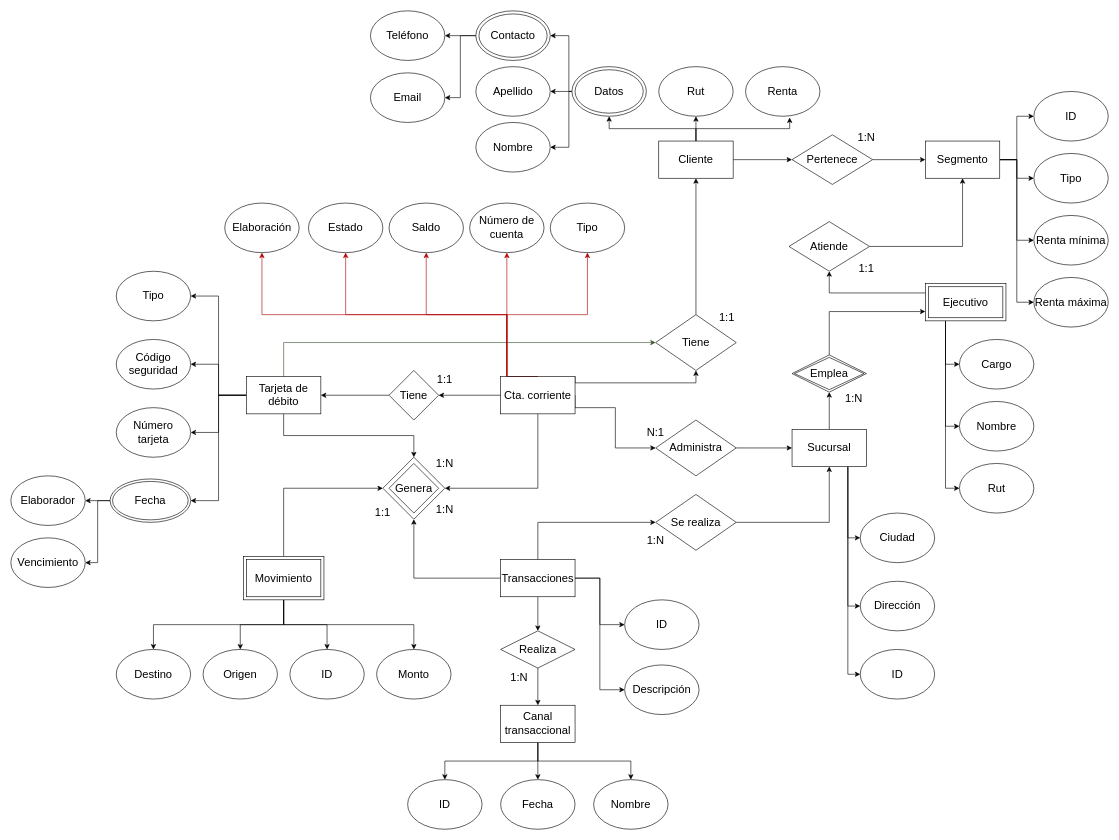
VicenteMuhr/Database keeps this draw.io diagram as Modelo entidad relación.drawio. Above is the earlier version. Source tidied: cells renumbered, new cells numbered last; positions are measured from the earlier drawing's top-left corner, leaving out a move shared by most shapes. Both pictures are drawn from the tidied source at 62%, with x=0, y=0 at pixel (11, 11).
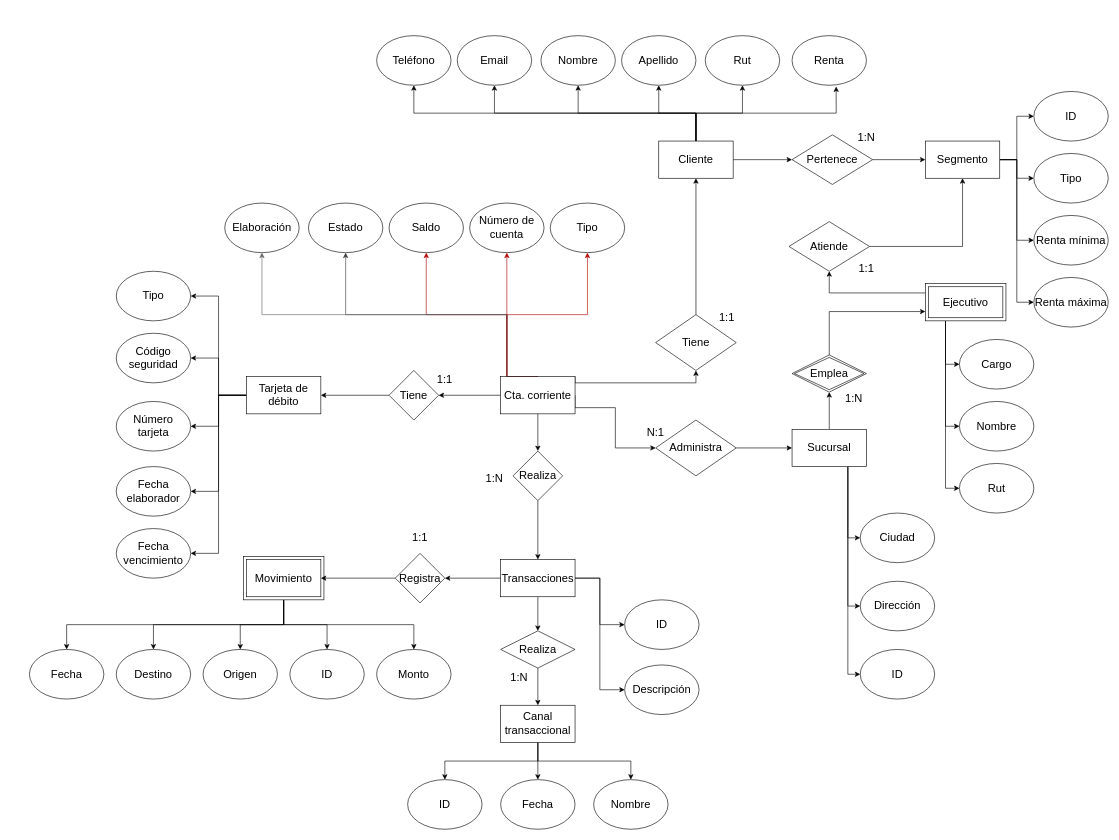
Above is the later version.

Unchanged cells that the change refers to:
```xml
<mxCell id="8" value="&lt;font style=&quot;font-size: 18px;&quot;&gt;Tarjeta de débito&lt;/font&gt;" style="rounded=0;whiteSpace=wrap;html=1;" parent="1" vertex="1">
  <mxGeometry x="380" y="590" width="120" height="60" as="geometry" />
</mxCell>
<mxCell id="22" style="rounded=0;whiteSpace=wrap;html=1;" parent="1" vertex="1">
  <mxGeometry x="375" y="880" width="130" height="70" as="geometry" />
</mxCell>
<mxCell id="23" value="&lt;font style=&quot;font-size: 18px;&quot;&gt;Movimiento&lt;/font&gt;" style="rounded=0;whiteSpace=wrap;html=1;" parent="1" vertex="1">
  <mxGeometry x="380" y="885" width="120" height="60" as="geometry" />
</mxCell>
<mxCell id="37" value="&lt;font style=&quot;font-size: 18px;&quot;&gt;Cta. corriente&lt;/font&gt;" style="rounded=0;whiteSpace=wrap;html=1;" parent="1" vertex="1">
  <mxGeometry x="790" y="590" width="120" height="60" as="geometry" />
</mxCell>
<mxCell id="45" value="&lt;font style=&quot;font-size: 18px;&quot;&gt;Transacciones&lt;/font&gt;" style="rounded=0;whiteSpace=wrap;html=1;" parent="1" vertex="1">
  <mxGeometry x="790" y="885" width="120" height="60" as="geometry" />
</mxCell>
<mxCell id="59" value="&lt;font style=&quot;font-size: 18px;&quot;&gt;Tipo&lt;/font&gt;" style="ellipse;whiteSpace=wrap;html=1;" parent="1" vertex="1">
  <mxGeometry x="870" y="310" width="120" height="80" as="geometry" />
</mxCell>
<mxCell id="60" value="&lt;font style=&quot;font-size: 18px;&quot;&gt;Número de cuenta&lt;/font&gt;" style="ellipse;whiteSpace=wrap;html=1;" parent="1" vertex="1">
  <mxGeometry x="740" y="310" width="120" height="80" as="geometry" />
</mxCell>
<mxCell id="61" value="&lt;font style=&quot;font-size: 18px;&quot;&gt;Saldo&lt;/font&gt;" style="ellipse;whiteSpace=wrap;html=1;" parent="1" vertex="1">
  <mxGeometry x="610" y="310" width="120" height="80" as="geometry" />
</mxCell>
<mxCell id="62" value="&lt;font style=&quot;font-size: 18px;&quot;&gt;Estado&lt;/font&gt;" style="ellipse;whiteSpace=wrap;html=1;" parent="1" vertex="1">
  <mxGeometry x="480" y="310" width="120" height="80" as="geometry" />
</mxCell>
<mxCell id="63" value="&lt;font style=&quot;font-size: 18px;&quot;&gt;Elaboración&lt;/font&gt;" style="ellipse;whiteSpace=wrap;html=1;" parent="1" vertex="1">
  <mxGeometry x="345" y="310" width="120" height="80" as="geometry" />
</mxCell>
<mxCell id="70" value="&lt;font style=&quot;font-size: 18px;&quot;&gt;Sucursal&lt;/font&gt;" style="rounded=0;whiteSpace=wrap;html=1;" parent="1" vertex="1">
  <mxGeometry x="1260" y="675" width="120" height="60" as="geometry" />
</mxCell>
<mxCell id="77" value="&lt;font style=&quot;font-size: 18px;&quot;&gt;Tiene&lt;/font&gt;" style="shape=rhombus;perimeter=rhombusPerimeter;whiteSpace=wrap;html=1;align=center;" parent="1" vertex="1">
  <mxGeometry x="1040" y="490" width="130" height="90" as="geometry" />
</mxCell>
<mxCell id="81" value="&lt;font style=&quot;font-size: 18px;&quot;&gt;Cliente&lt;/font&gt;" style="rounded=0;whiteSpace=wrap;html=1;" parent="1" vertex="1">
  <mxGeometry x="1045" y="210" width="120" height="60" as="geometry" />
</mxCell>
```

Change to the diagram source:
```diff
@@
-    <mxCell id="4" style="edgeStyle=orthogonalEdgeStyle;rounded=0;jettySize=auto;html=1;exitX=0;exitY=0.5;exitDx=0;exitDy=0;entryX=1;entryY=0.5;entryDx=0;entryDy=0;" parent="1" edge="1" source="8" target="13">
-      <mxGeometry relative="1" as="geometry" />
-    </mxCell>
@@
-    <mxCell id="6" style="edgeStyle=orthogonalEdgeStyle;rounded=0;jettySize=auto;html=1;exitX=0.5;exitY=1;exitDx=0;exitDy=0;entryX=0.5;entryY=0;entryDx=0;entryDy=0;" parent="1" edge="1" source="8" target="48">
-      <mxGeometry relative="1" as="geometry" />
-    </mxCell>
-    <mxCell id="7" style="edgeStyle=orthogonalEdgeStyle;rounded=0;jettySize=auto;html=1;exitX=0.5;exitY=0;exitDx=0;exitDy=0;entryX=0;entryY=0.5;entryDx=0;entryDy=0;fillColor=#6d8764;strokeColor=#3A5431;" parent="1" edge="1" source="8" target="77">
-      <mxGeometry relative="1" as="geometry" />
-    </mxCell>
+    <mxCell id="132" style="edgeStyle=orthogonalEdgeStyle;rounded=0;jettySize=auto;html=1;exitX=0;exitY=0.5;exitDx=0;exitDy=0;entryX=1;entryY=0.5;entryDx=0;entryDy=0;" parent="1" edge="1" source="8" target="14">
+      <mxGeometry relative="1" as="geometry" />
+    </mxCell>
+    <mxCell id="133" style="edgeStyle=orthogonalEdgeStyle;rounded=0;jettySize=auto;html=1;exitX=0;exitY=0.5;exitDx=0;exitDy=0;entryX=1;entryY=0.5;entryDx=0;entryDy=0;" parent="1" edge="1" source="8" target="15">
+      <mxGeometry relative="1" as="geometry" />
+    </mxCell>
@@
     <mxCell id="9" value="&lt;font style=&quot;font-size: 18px;&quot;&gt;Código seguridad&lt;/font&gt;" style="ellipse;whiteSpace=wrap;html=1;" parent="1" vertex="1">
-      <mxGeometry x="170" y="530" width="120" height="80" as="geometry" />
+      <mxGeometry x="170" y="520" width="120" height="80" as="geometry" />
     </mxCell>
     <mxCell id="10" value="&lt;font style=&quot;font-size: 18px;&quot;&gt;Número tarjeta&lt;/font&gt;" style="ellipse;whiteSpace=wrap;html=1;" parent="1" vertex="1">
-      <mxGeometry x="170" y="640" width="120" height="80" as="geometry" />
+      <mxGeometry x="170" y="630" width="120" height="80" as="geometry" />
     </mxCell>
-    <mxCell id="11" style="edgeStyle=orthogonalEdgeStyle;rounded=0;jettySize=auto;html=1;exitX=0;exitY=0.5;exitDx=0;exitDy=0;entryX=1;entryY=0.5;entryDx=0;entryDy=0;" parent="1" edge="1" source="13" target="14">
-      <mxGeometry relative="1" as="geometry" />
-    </mxCell>
-    <mxCell id="12" style="edgeStyle=orthogonalEdgeStyle;rounded=0;jettySize=auto;html=1;exitX=0;exitY=0.5;exitDx=0;exitDy=0;entryX=1;entryY=0.5;entryDx=0;entryDy=0;" parent="1" edge="1" source="13" target="15">
-      <mxGeometry relative="1" as="geometry" />
-    </mxCell>
-    <mxCell id="13" value="&lt;font style=&quot;font-size: 18px;&quot;&gt;Fecha&lt;/font&gt;" style="ellipse;shape=doubleEllipse;whiteSpace=wrap;html=1;" parent="1" vertex="1">
-      <mxGeometry x="160" y="755" width="130" height="70" as="geometry" />
-    </mxCell>
-    <mxCell id="14" value="&lt;font style=&quot;font-size: 18px;&quot;&gt;Elaborador&lt;/font&gt;" style="ellipse;whiteSpace=wrap;html=1;" parent="1" vertex="1">
-      <mxGeometry y="750" width="120" height="80" as="geometry" />
+    <mxCell id="14" value="&lt;font style=&quot;font-size: 18px;&quot;&gt;Fecha elaborador&lt;/font&gt;" style="ellipse;whiteSpace=wrap;html=1;" parent="1" vertex="1">
+      <mxGeometry x="170" y="735" width="120" height="80" as="geometry" />
     </mxCell>
-    <mxCell id="15" value="&lt;font style=&quot;font-size: 18px;&quot;&gt;Vencimiento&lt;/font&gt;" style="ellipse;whiteSpace=wrap;html=1;" parent="1" vertex="1">
-      <mxGeometry y="850" width="120" height="80" as="geometry" />
+    <mxCell id="15" value="&lt;font style=&quot;font-size: 18px;&quot;&gt;Fecha vencimiento&lt;/font&gt;" style="ellipse;whiteSpace=wrap;html=1;" parent="1" vertex="1">
+      <mxGeometry x="170" y="835" width="120" height="80" as="geometry" />
     </mxCell>
@@
-    <mxCell id="21" style="edgeStyle=orthogonalEdgeStyle;rounded=0;jettySize=auto;html=1;exitX=0.5;exitY=0;exitDx=0;exitDy=0;entryX=0;entryY=0.5;entryDx=0;entryDy=0;" parent="1" edge="1" source="22" target="48">
-      <mxGeometry relative="1" as="geometry" />
-    </mxCell>
+    <mxCell id="134" style="edgeStyle=orthogonalEdgeStyle;rounded=0;jettySize=auto;html=1;exitX=0.5;exitY=1;exitDx=0;exitDy=0;entryX=0.5;entryY=0;entryDx=0;entryDy=0;" parent="1" edge="1" source="22" target="13">
+      <mxGeometry relative="1" as="geometry" />
+    </mxCell>
@@
-    <mxCell id="29" style="edgeStyle=orthogonalEdgeStyle;rounded=0;jettySize=auto;html=1;exitX=0.5;exitY=1;exitDx=0;exitDy=0;entryX=1;entryY=0.5;entryDx=0;entryDy=0;" parent="1" edge="1" source="37" target="48">
-      <mxGeometry relative="1" as="geometry" />
-    </mxCell>
-    <mxCell id="30" style="edgeStyle=orthogonalEdgeStyle;rounded=0;jettySize=auto;html=1;exitX=0.5;exitY=0;exitDx=0;exitDy=0;entryX=0.5;entryY=1;entryDx=0;entryDy=0;fillColor=#e51400;strokeColor=#B20000;" parent="1" edge="1" source="37" target="60">
+    <mxCell id="30" style="edgeStyle=orthogonalEdgeStyle;rounded=0;jettySize=auto;html=1;exitX=0.5;exitY=0;exitDx=0;exitDy=0;entryX=0.5;entryY=1;entryDx=0;entryDy=0;fillColor=#e51400;strokeColor=light-dark(#B20000,#FFFFFF);" parent="1" edge="1" source="37" target="60">
       <mxGeometry relative="1" as="geometry">
         <Array as="points">
           <mxPoint x="800" y="590" />
         </Array>
       </mxGeometry>
     </mxCell>
-    <mxCell id="31" style="edgeStyle=orthogonalEdgeStyle;rounded=0;jettySize=auto;html=1;exitX=0.5;exitY=0;exitDx=0;exitDy=0;entryX=0.5;entryY=1;entryDx=0;entryDy=0;fillColor=#e51400;strokeColor=#B20000;" parent="1" edge="1" source="37" target="61">
+    <mxCell id="31" style="edgeStyle=orthogonalEdgeStyle;rounded=0;jettySize=auto;html=1;exitX=0.5;exitY=0;exitDx=0;exitDy=0;entryX=0.5;entryY=1;entryDx=0;entryDy=0;fillColor=#e51400;strokeColor=light-dark(#B20000,#FFFFFF);" parent="1" edge="1" source="37" target="61">
       <mxGeometry relative="1" as="geometry">
         <Array as="points">
           <mxPoint x="800" y="590" />
           <mxPoint x="800" y="490" />
           <mxPoint x="670" y="490" />
         </Array>
       </mxGeometry>
     </mxCell>
-    <mxCell id="32" style="edgeStyle=orthogonalEdgeStyle;rounded=0;jettySize=auto;html=1;exitX=0.5;exitY=0;exitDx=0;exitDy=0;entryX=0.5;entryY=1;entryDx=0;entryDy=0;fillColor=#e51400;strokeColor=#B20000;" parent="1" edge="1" source="37" target="62">
+    <mxCell id="32" style="edgeStyle=orthogonalEdgeStyle;rounded=0;jettySize=auto;html=1;exitX=0.5;exitY=0;exitDx=0;exitDy=0;entryX=0.5;entryY=1;entryDx=0;entryDy=0;fillColor=#eeeeee;strokeColor=light-dark(#36393D,#FFFFFF);" parent="1" edge="1" source="37" target="62">
       <mxGeometry relative="1" as="geometry">
         <Array as="points">
           <mxPoint x="800" y="590" />
           <mxPoint x="800" y="490" />
           <mxPoint x="540" y="490" />
         </Array>
       </mxGeometry>
     </mxCell>
-    <mxCell id="33" style="edgeStyle=orthogonalEdgeStyle;rounded=0;jettySize=auto;html=1;exitX=0.5;exitY=0;exitDx=0;exitDy=0;entryX=0.5;entryY=1;entryDx=0;entryDy=0;fillColor=#e51400;strokeColor=#B20000;" parent="1" edge="1" source="37" target="63">
+    <mxCell id="33" style="edgeStyle=orthogonalEdgeStyle;rounded=0;jettySize=auto;html=1;exitX=0.5;exitY=0;exitDx=0;exitDy=0;entryX=0.5;entryY=1;entryDx=0;entryDy=0;fillColor=#f5f5f5;strokeColor=light-dark(#666666,#FFFFFF);" parent="1" edge="1" source="37" target="63">
       <mxGeometry relative="1" as="geometry">
         <Array as="points">
           <mxPoint x="800" y="590" />
           <mxPoint x="800" y="490" />
           <mxPoint x="405" y="490" />
         </Array>
       </mxGeometry>
     </mxCell>
-    <mxCell id="34" style="edgeStyle=orthogonalEdgeStyle;rounded=0;jettySize=auto;html=1;exitX=0.5;exitY=0;exitDx=0;exitDy=0;entryX=0.5;entryY=1;entryDx=0;entryDy=0;fillColor=#e51400;strokeColor=#B20000;" parent="1" edge="1" source="37" target="59">
+    <mxCell id="34" style="edgeStyle=orthogonalEdgeStyle;rounded=0;jettySize=auto;html=1;exitX=0.5;exitY=0;exitDx=0;exitDy=0;entryX=0.5;entryY=1;entryDx=0;entryDy=0;fillColor=#e51400;strokeColor=light-dark(#B20000,#FFFFFF);" parent="1" edge="1" source="37" target="59">
       <mxGeometry relative="1" as="geometry">
         <Array as="points">
           <mxPoint x="800" y="590" />
           <mxPoint x="800" y="490" />
           <mxPoint x="930" y="490" />
         </Array>
       </mxGeometry>
     </mxCell>
@@
-    <mxCell id="42" style="edgeStyle=orthogonalEdgeStyle;rounded=0;jettySize=auto;html=1;exitX=0;exitY=0.5;exitDx=0;exitDy=0;entryX=0.5;entryY=1;entryDx=0;entryDy=0;" parent="1" edge="1" source="45" target="48">
-      <mxGeometry relative="1" as="geometry" />
-    </mxCell>
@@
-    <mxCell id="44" style="edgeStyle=orthogonalEdgeStyle;rounded=0;jettySize=auto;html=1;exitX=0.5;exitY=0;exitDx=0;exitDy=0;entryX=0;entryY=0.5;entryDx=0;entryDy=0;" parent="1" edge="1" source="45" target="72">
-      <mxGeometry relative="1" as="geometry" />
-    </mxCell>
+    <mxCell id="135" style="edgeStyle=orthogonalEdgeStyle;rounded=0;jettySize=auto;html=1;exitX=0;exitY=0.5;exitDx=0;exitDy=0;entryX=1;entryY=0.5;entryDx=0;entryDy=0;" parent="1" edge="1" source="45" target="141">
+      <mxGeometry relative="1" as="geometry" />
+    </mxCell>
@@
-    <mxCell id="48" style="rhombus;whiteSpace=wrap;html=1;" parent="1" vertex="1">
-      <mxGeometry x="600" y="720" width="100" height="100" as="geometry" />
-    </mxCell>
-    <mxCell id="49" value="&lt;font style=&quot;font-size: 18px;&quot;&gt;Genera&lt;/font&gt;" style="rhombus;whiteSpace=wrap;html=1;" parent="1" vertex="1">
-      <mxGeometry x="610" y="730" width="80" height="80" as="geometry" />
-    </mxCell>
@@
-    <mxCell id="71" style="edgeStyle=orthogonalEdgeStyle;rounded=0;jettySize=auto;html=1;exitX=1;exitY=0.5;exitDx=0;exitDy=0;entryX=0.5;entryY=1;entryDx=0;entryDy=0;" parent="1" edge="1" source="72" target="70">
-      <mxGeometry relative="1" as="geometry" />
-    </mxCell>
-    <mxCell id="72" value="&lt;font style=&quot;font-size: 18px;&quot;&gt;Se realiza&lt;/font&gt;" style="shape=rhombus;perimeter=rhombusPerimeter;whiteSpace=wrap;html=1;align=center;" parent="1" vertex="1">
-      <mxGeometry x="1040" y="780" width="130" height="90" as="geometry" />
-    </mxCell>
@@
-    <mxCell id="80" style="edgeStyle=orthogonalEdgeStyle;rounded=0;jettySize=auto;html=1;exitX=0.5;exitY=0;exitDx=0;exitDy=0;entryX=0.5;entryY=1;entryDx=0;entryDy=0;" parent="1" edge="1" source="81" target="108">
-      <mxGeometry relative="1" as="geometry" />
-    </mxCell>
+    <mxCell id="136" style="edgeStyle=orthogonalEdgeStyle;rounded=0;jettySize=auto;html=1;exitX=0.5;exitY=0;exitDx=0;exitDy=0;entryX=0.5;entryY=1;entryDx=0;entryDy=0;" parent="1" edge="1" source="81" target="113">
+      <mxGeometry relative="1" as="geometry" />
+    </mxCell>
+    <mxCell id="137" style="edgeStyle=orthogonalEdgeStyle;rounded=0;jettySize=auto;html=1;exitX=0.5;exitY=0;exitDx=0;exitDy=0;entryX=0.5;entryY=1;entryDx=0;entryDy=0;" parent="1" edge="1" source="81" target="112">
+      <mxGeometry relative="1" as="geometry" />
+    </mxCell>
+    <mxCell id="138" style="edgeStyle=orthogonalEdgeStyle;rounded=0;jettySize=auto;html=1;exitX=0.5;exitY=0;exitDx=0;exitDy=0;entryX=0.5;entryY=1;entryDx=0;entryDy=0;" parent="1" edge="1" source="81" target="118">
+      <mxGeometry relative="1" as="geometry" />
+    </mxCell>
+    <mxCell id="139" style="edgeStyle=orthogonalEdgeStyle;rounded=0;jettySize=auto;html=1;exitX=0.5;exitY=0;exitDx=0;exitDy=0;entryX=0.5;entryY=0;entryDx=0;entryDy=0;" parent="1" edge="1" source="81" target="119">
+      <mxGeometry relative="1" as="geometry" />
+    </mxCell>
@@
-    <mxCell id="105" style="edgeStyle=orthogonalEdgeStyle;rounded=0;jettySize=auto;html=1;exitX=0;exitY=0.5;exitDx=0;exitDy=0;entryX=1;entryY=0.5;entryDx=0;entryDy=0;" parent="1" edge="1" source="108" target="116">
-      <mxGeometry relative="1" as="geometry">
-        <Array as="points">
-          <mxPoint x="900" y="130" />
-          <mxPoint x="900" y="40" />
-        </Array>
-      </mxGeometry>
-    </mxCell>
-    <mxCell id="106" style="edgeStyle=orthogonalEdgeStyle;rounded=0;jettySize=auto;html=1;exitX=0;exitY=0.5;exitDx=0;exitDy=0;entryX=1;entryY=0.5;entryDx=0;entryDy=0;" parent="1" edge="1" source="108" target="113">
-      <mxGeometry relative="1" as="geometry" />
-    </mxCell>
-    <mxCell id="107" style="edgeStyle=orthogonalEdgeStyle;rounded=0;jettySize=auto;html=1;exitX=0;exitY=0.5;exitDx=0;exitDy=0;entryX=1;entryY=0.5;entryDx=0;entryDy=0;" parent="1" edge="1" source="108" target="112">
-      <mxGeometry relative="1" as="geometry">
-        <Array as="points">
-          <mxPoint x="900" y="130" />
-          <mxPoint x="900" y="220" />
-        </Array>
-      </mxGeometry>
-    </mxCell>
-    <mxCell id="108" style="ellipse;whiteSpace=wrap;html=1;" parent="1" vertex="1">
-      <mxGeometry x="905" y="90" width="120" height="80" as="geometry" />
-    </mxCell>
     <mxCell id="109" value="&lt;font style=&quot;font-size: 18px;&quot;&gt;Rut&lt;/font&gt;" style="ellipse;whiteSpace=wrap;html=1;" parent="1" vertex="1">
-      <mxGeometry x="1045" y="90" width="120" height="80" as="geometry" />
+      <mxGeometry x="1120" y="40" width="120" height="80" as="geometry" />
     </mxCell>
     <mxCell id="110" value="&lt;font style=&quot;font-size: 18px;&quot;&gt;Renta&lt;/font&gt;" style="ellipse;whiteSpace=wrap;html=1;" parent="1" vertex="1">
-      <mxGeometry x="1185" y="90" width="120" height="80" as="geometry" />
+      <mxGeometry x="1260" y="40" width="120" height="80" as="geometry" />
     </mxCell>
@@
     <mxCell id="112" value="&lt;font style=&quot;font-size: 18px;&quot;&gt;Nombre&lt;/font&gt;" style="ellipse;whiteSpace=wrap;html=1;" parent="1" vertex="1">
-      <mxGeometry x="750" y="180" width="120" height="80" as="geometry" />
+      <mxGeometry x="855" y="40" width="120" height="80" as="geometry" />
     </mxCell>
     <mxCell id="113" value="&lt;font style=&quot;font-size: 18px;&quot;&gt;Apellido&lt;/font&gt;" style="ellipse;whiteSpace=wrap;html=1;" parent="1" vertex="1">
-      <mxGeometry x="750" y="90" width="120" height="80" as="geometry" />
+      <mxGeometry x="985" y="40" width="120" height="80" as="geometry" />
     </mxCell>
-    <mxCell id="114" style="edgeStyle=orthogonalEdgeStyle;rounded=0;jettySize=auto;html=1;exitX=0;exitY=0.5;exitDx=0;exitDy=0;entryX=0;entryY=0.5;entryDx=0;entryDy=0;" parent="1" edge="1" source="116" target="119">
-      <mxGeometry relative="1" as="geometry" />
-    </mxCell>
-    <mxCell id="115" style="edgeStyle=orthogonalEdgeStyle;rounded=0;jettySize=auto;html=1;exitX=0;exitY=0.5;exitDx=0;exitDy=0;entryX=1;entryY=0.5;entryDx=0;entryDy=0;" parent="1" edge="1" source="116" target="118">
-      <mxGeometry relative="1" as="geometry" />
-    </mxCell>
-    <mxCell id="116" style="ellipse;whiteSpace=wrap;html=1;" parent="1" vertex="1">
-      <mxGeometry x="750" width="120" height="80" as="geometry" />
-    </mxCell>
-    <mxCell id="117" value="&lt;font style=&quot;font-size: 18px;&quot;&gt;Contacto&lt;/font&gt;" style="ellipse;whiteSpace=wrap;html=1;" parent="1" vertex="1">
-      <mxGeometry x="755" y="5" width="110" height="70" as="geometry" />
-    </mxCell>
     <mxCell id="118" value="&lt;font style=&quot;font-size: 18px;&quot;&gt;Email&lt;/font&gt;" style="ellipse;whiteSpace=wrap;html=1;" parent="1" vertex="1">
-      <mxGeometry x="580" y="100" width="120" height="80" as="geometry" />
+      <mxGeometry x="720" y="40" width="120" height="80" as="geometry" />
     </mxCell>
     <mxCell id="119" value="&lt;font style=&quot;font-size: 18px;&quot;&gt;Teléfono&lt;/font&gt;" style="ellipse;whiteSpace=wrap;html=1;direction=west;" parent="1" vertex="1">
-      <mxGeometry x="580" width="120" height="80" as="geometry" />
+      <mxGeometry x="590" y="40" width="120" height="80" as="geometry" />
     </mxCell>
-    <mxCell id="120" value="&lt;font style=&quot;font-size: 18px;&quot;&gt;Datos&lt;/font&gt;" style="ellipse;whiteSpace=wrap;html=1;" parent="1" vertex="1">
-      <mxGeometry x="910" y="95" width="110" height="70" as="geometry" />
-    </mxCell>
-    <mxCell id="121" value="&lt;font style=&quot;font-size: 18px;&quot;&gt;1:1&lt;/font&gt;" style="text;html=1;align=center;verticalAlign=middle;whiteSpace=wrap;rounded=0;" parent="1" vertex="1">
-      <mxGeometry x="570" y="795" width="60" height="30" as="geometry" />
-    </mxCell>
-    <mxCell id="122" value="&lt;font style=&quot;font-size: 18px;&quot;&gt;1:N&lt;/font&gt;" style="text;html=1;align=center;verticalAlign=middle;whiteSpace=wrap;rounded=0;" parent="1" vertex="1">
-      <mxGeometry x="670" y="715" width="60" height="30" as="geometry" />
-    </mxCell>
-    <mxCell id="123" value="&lt;font style=&quot;font-size: 18px;&quot;&gt;1:N&lt;/font&gt;" style="text;html=1;align=center;verticalAlign=middle;whiteSpace=wrap;rounded=0;" parent="1" vertex="1">
-      <mxGeometry x="670" y="790" width="60" height="30" as="geometry" />
-    </mxCell>
@@
-    <mxCell id="127" value="&lt;font style=&quot;font-size: 18px;&quot;&gt;1:N&lt;/font&gt;" style="text;html=1;align=center;verticalAlign=middle;whiteSpace=wrap;rounded=0;" parent="1" vertex="1">
-      <mxGeometry x="1010" y="840" width="60" height="30" as="geometry" />
-    </mxCell>
@@
+    <mxCell id="140" style="edgeStyle=orthogonalEdgeStyle;rounded=0;jettySize=auto;html=1;exitX=0;exitY=0.5;exitDx=0;exitDy=0;" parent="1" edge="1" source="141" target="23">
+      <mxGeometry relative="1" as="geometry" />
+    </mxCell>
+    <mxCell id="141" value="&lt;font style=&quot;font-size: 18px;&quot;&gt;Registra&lt;/font&gt;" style="rhombus;whiteSpace=wrap;html=1;" parent="1" vertex="1">
+      <mxGeometry x="620" y="875" width="80" height="80" as="geometry" />
+    </mxCell>
+    <mxCell id="121" value="&lt;font style=&quot;font-size: 18px;&quot;&gt;1:1&lt;/font&gt;" style="text;html=1;align=center;verticalAlign=middle;whiteSpace=wrap;rounded=0;" parent="1" vertex="1">
+      <mxGeometry x="630" y="835" width="60" height="30" as="geometry" />
+    </mxCell>
+    <mxCell id="142" style="edgeStyle=orthogonalEdgeStyle;rounded=0;jettySize=auto;html=1;exitX=0.5;exitY=1;exitDx=0;exitDy=0;entryX=0.5;entryY=0;entryDx=0;entryDy=0;" parent="1" edge="1" source="143" target="45">
+      <mxGeometry relative="1" as="geometry" />
+    </mxCell>
+    <mxCell id="143" value="&lt;font style=&quot;font-size: 18px;&quot;&gt;Realiza&lt;/font&gt;" style="rhombus;whiteSpace=wrap;html=1;" parent="1" vertex="1">
+      <mxGeometry x="810" y="710" width="80" height="80" as="geometry" />
+    </mxCell>
+    <mxCell id="144" style="edgeStyle=orthogonalEdgeStyle;rounded=0;jettySize=auto;html=1;exitX=0.5;exitY=1;exitDx=0;exitDy=0;entryX=0.5;entryY=0;entryDx=0;entryDy=0;" parent="1" edge="1" source="37" target="143">
+      <mxGeometry relative="1" as="geometry" />
+    </mxCell>
+    <mxCell id="145" value="&lt;font style=&quot;font-size: 18px;&quot;&gt;1:N&lt;/font&gt;" style="text;html=1;align=center;verticalAlign=middle;whiteSpace=wrap;rounded=0;" parent="1" vertex="1">
+      <mxGeometry x="750" y="740" width="60" height="30" as="geometry" />
+    </mxCell>
+    <mxCell id="13" value="&lt;font style=&quot;font-size: 18px;&quot;&gt;Fecha&lt;/font&gt;" style="ellipse;whiteSpace=wrap;html=1;" parent="1" vertex="1">
+      <mxGeometry x="30" y="1030" width="120" height="80" as="geometry" />
+    </mxCell>
```
